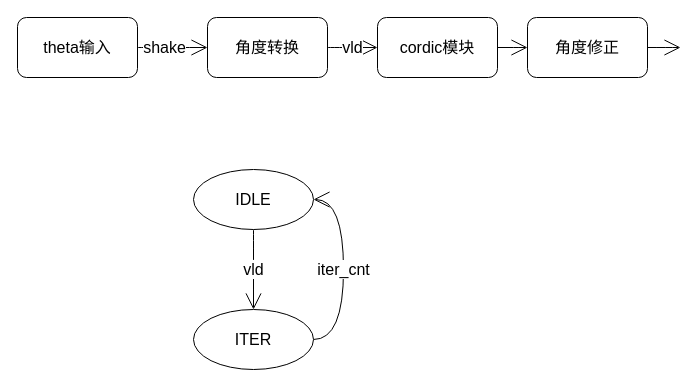
z1025220674/Completion_code keeps this draw.io diagram as page "复数生成模块" (6 of 7) of 毕设相关流程图.drawio. Above is the earlier version. Source tidied: cells renumbered, new cells numbered last; positions are measured from the earlier drawing's top-left corner, leaving out a move shared by most shapes. Both pictures are drawn from the tidied source at 100%, with x=0, y=0 at pixel (17, 17).
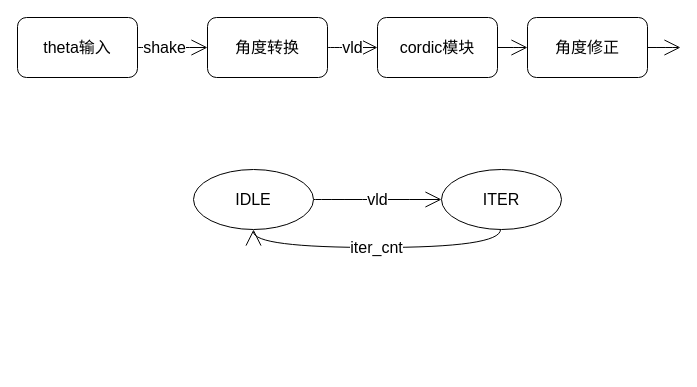
After the change.

Diff of the diagram source:
```diff
@@
 <mxGraphModel>
   <root>
     <mxCell id="0" />
     <mxCell id="1" parent="0" />
     <mxCell id="2" style="edgeStyle=orthogonalEdgeStyle;curved=1;rounded=0;jettySize=auto;html=1;fontSize=16;endArrow=open;startSize=14;endSize=14;" parent="1" edge="1" source="4" target="6">
       <mxGeometry relative="1" as="geometry" />
     </mxCell>
     <mxCell id="3" value="shake&lt;br style=&quot;font-size: 16px;&quot;&gt;" style="edgeLabel;html=1;align=center;verticalAlign=middle;fontSize=16;" parent="2" vertex="1">
       <mxGeometry x="-0.25" y="1" relative="1" as="geometry" />
     </mxCell>
     <mxCell id="4" value="theta输入" style="rounded=1;whiteSpace=wrap;html=1;fontSize=16;" parent="1" vertex="1">
       <mxGeometry width="120" height="60" as="geometry" />
     </mxCell>
     <mxCell id="5" value="vld" style="edgeStyle=orthogonalEdgeStyle;curved=1;rounded=0;jettySize=auto;html=1;fontSize=16;endArrow=open;startSize=14;endSize=14;" parent="1" edge="1" source="6" target="8">
       <mxGeometry relative="1" as="geometry" />
     </mxCell>
     <mxCell id="6" value="角度转换" style="whiteSpace=wrap;html=1;fontSize=16;rounded=1;" parent="1" vertex="1">
       <mxGeometry x="190" width="120" height="60" as="geometry" />
     </mxCell>
     <mxCell id="7" style="edgeStyle=orthogonalEdgeStyle;curved=1;rounded=0;jettySize=auto;html=1;fontSize=16;endArrow=open;startSize=14;endSize=14;" parent="1" edge="1" source="8" target="10">
       <mxGeometry relative="1" as="geometry" />
     </mxCell>
     <mxCell id="8" value="cordic模块" style="whiteSpace=wrap;html=1;fontSize=16;rounded=1;" parent="1" vertex="1">
       <mxGeometry x="360" width="120" height="60" as="geometry" />
     </mxCell>
     <mxCell id="9" style="edgeStyle=orthogonalEdgeStyle;curved=1;rounded=0;jettySize=auto;html=1;fontSize=16;endArrow=open;startSize=14;endSize=14;" parent="1" edge="1" source="10">
       <mxGeometry relative="1" as="geometry">
         <mxPoint x="663" y="30" as="targetPoint" />
       </mxGeometry>
     </mxCell>
     <mxCell id="10" value="角度修正" style="whiteSpace=wrap;html=1;fontSize=16;rounded=1;" parent="1" vertex="1">
       <mxGeometry x="510" width="120" height="60" as="geometry" />
     </mxCell>
     <mxCell id="11" value="vld" style="edgeStyle=orthogonalEdgeStyle;curved=1;rounded=0;jettySize=auto;html=1;fontSize=16;endArrow=open;startSize=14;endSize=14;" parent="1" edge="1" source="12" target="14">
       <mxGeometry relative="1" as="geometry" />
     </mxCell>
     <mxCell id="12" value="IDLE&lt;br&gt;" style="ellipse;whiteSpace=wrap;html=1;fontSize=16;" parent="1" vertex="1">
       <mxGeometry x="176" y="152" width="120" height="60" as="geometry" />
     </mxCell>
-    <mxCell id="13" value="iter_cnt" style="edgeStyle=orthogonalEdgeStyle;curved=1;rounded=0;jettySize=auto;html=1;entryX=1;entryY=0.5;entryDx=0;entryDy=0;fontSize=16;endArrow=open;startSize=14;endSize=14;" parent="1" edge="1" source="14" target="12">
+    <mxCell id="13" value="iter_cnt" style="edgeStyle=orthogonalEdgeStyle;curved=1;rounded=0;jettySize=auto;html=1;entryX=0.5;entryY=1;entryDx=0;entryDy=0;fontSize=16;endArrow=open;startSize=14;endSize=14;" parent="1" edge="1" source="14" target="12">
       <mxGeometry relative="1" as="geometry">
         <Array as="points">
-          <mxPoint x="326" y="322" />
-          <mxPoint x="326" y="182" />
+          <mxPoint x="483" y="230" />
+          <mxPoint x="236" y="230" />
         </Array>
       </mxGeometry>
     </mxCell>
     <mxCell id="14" value="ITER" style="ellipse;whiteSpace=wrap;html=1;fontSize=16;" parent="1" vertex="1">
-      <mxGeometry x="176" y="292" width="120" height="60" as="geometry" />
+      <mxGeometry x="424" y="152" width="120" height="60" as="geometry" />
     </mxCell>
   </root>
 </mxGraphModel>
```
